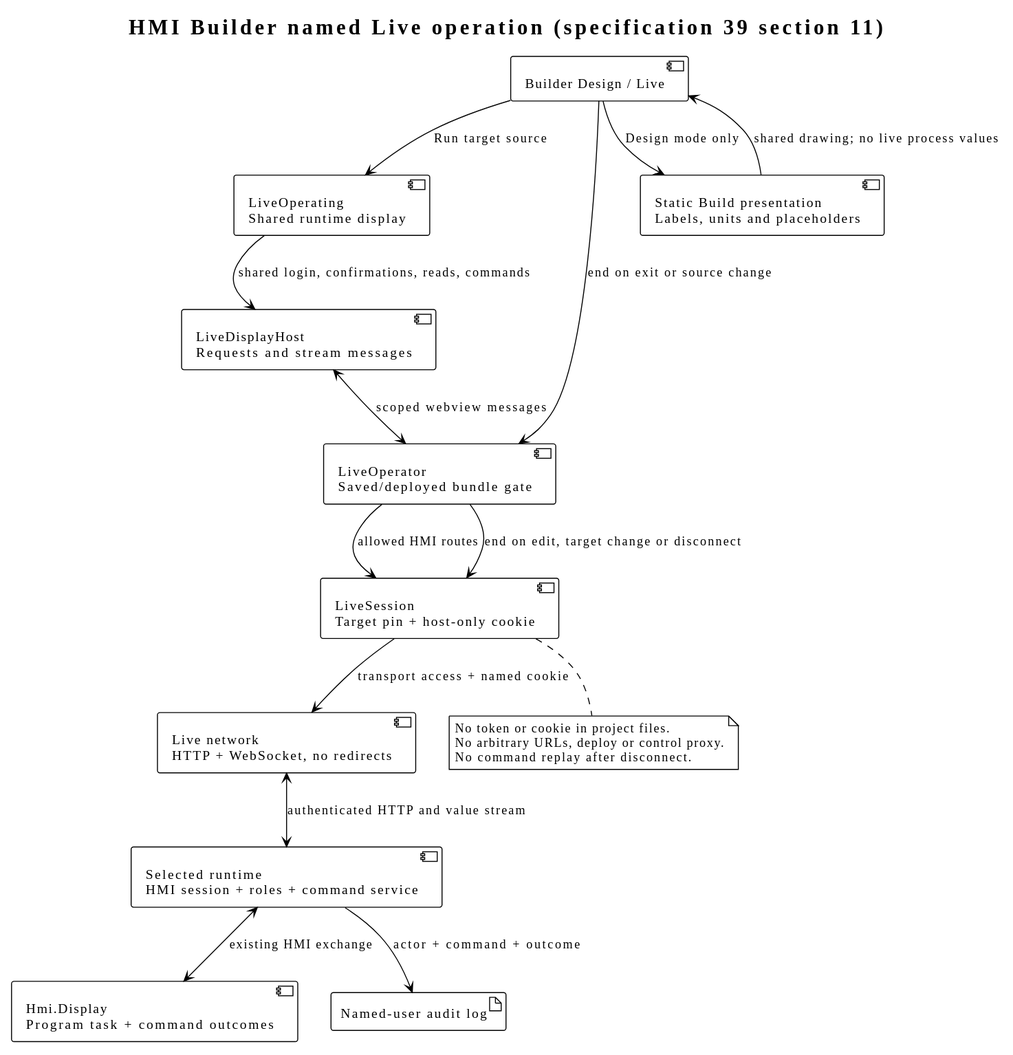
Before: docs/diagrams/generated/hmi-editor-live.svg, a diagram exported from PlantUML (johannesPettersson80/trust-platform).
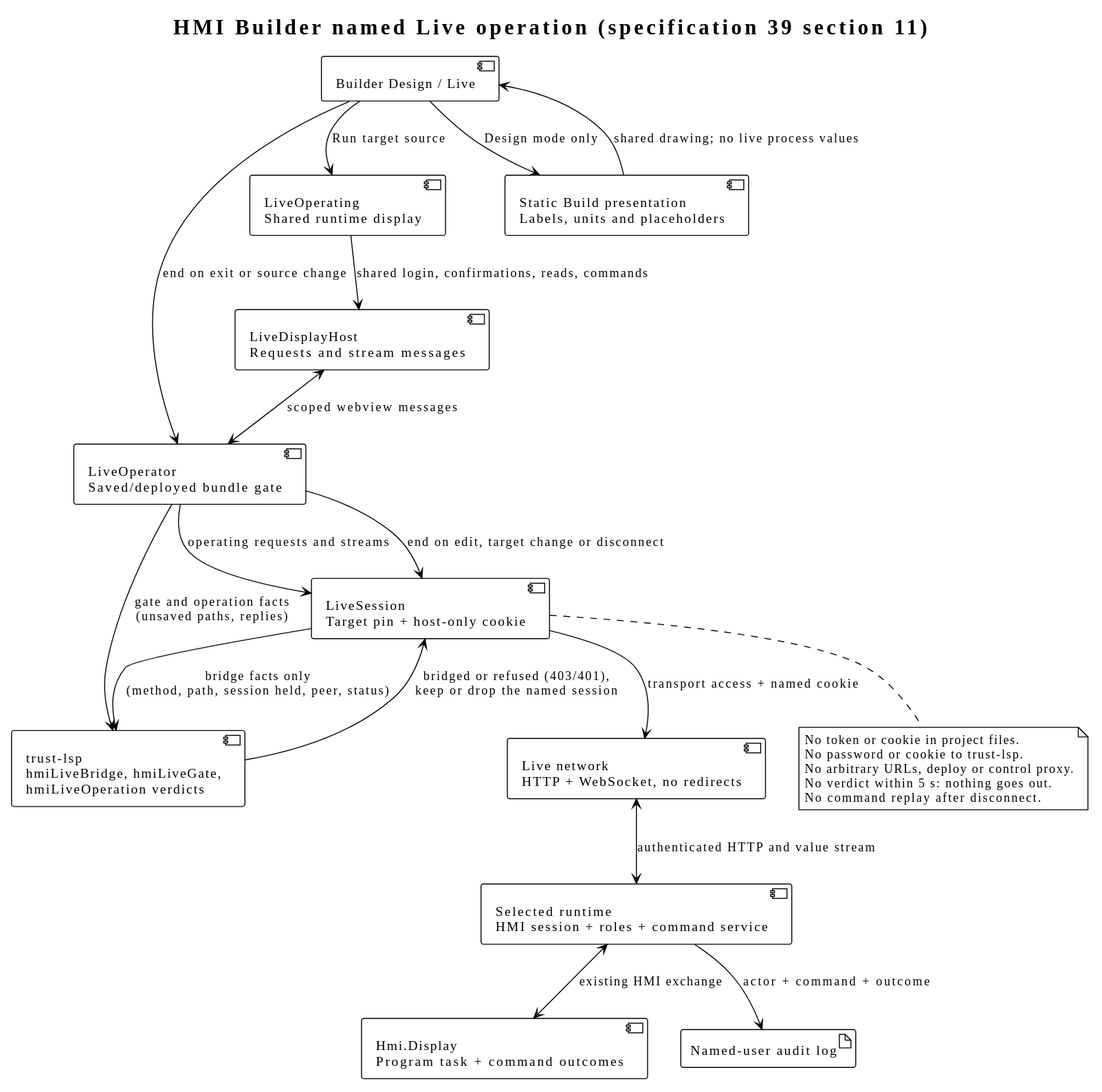
The same diagram one commit later.

Commit message:
Hold a verdict to its session, drop the session without one, read every Set-Cookie

Diff of the diagram source:
```diff
@@ -6,6 +6,7 @@
 component "LiveDisplayHost\nRequests and stream messages" as adapter
 component "LiveOperator\nSaved/deployed bundle gate" as host
 component "LiveSession\nTarget pin + host-only cookie" as session
+component "trust-lsp\nhmiLiveBridge, hmiLiveGate,\nhmiLiveOperation verdicts" as lsp
 component "Live network\nHTTP + WebSocket, no redirects" as network
 component "Selected runtime\nHMI session + roles + command service" as runtime
 component "Hmi.Display\nProgram task + command outcomes" as plc
@@ -16,7 +17,10 @@
 editor --> display : Run target source
 display --> adapter : shared login, confirmations, reads, commands
 adapter <--> host : scoped webview messages
-host --> session : allowed HMI routes
+host --> session : operating requests and streams
+host --> lsp : gate and operation facts\n(unsaved paths, replies)
+session --> lsp : bridge facts only\n(method, path, session held, peer, status)
+lsp --> session : bridged or refused (403/401),\nkeep or drop the named session
 session --> network : transport access + named cookie
 network <--> runtime : authenticated HTTP and value stream
 runtime <--> plc : existing HMI exchange
@@ -25,7 +29,9 @@
 host --> session : end on edit, target change or disconnect
 note bottom of session
 No token or cookie in project files.
+No password or cookie to trust-lsp.
 No arbitrary URLs, deploy or control proxy.
+No verdict within 5 s: nothing goes out.
 No command replay after disconnect.
 end note
 @enduml
```
